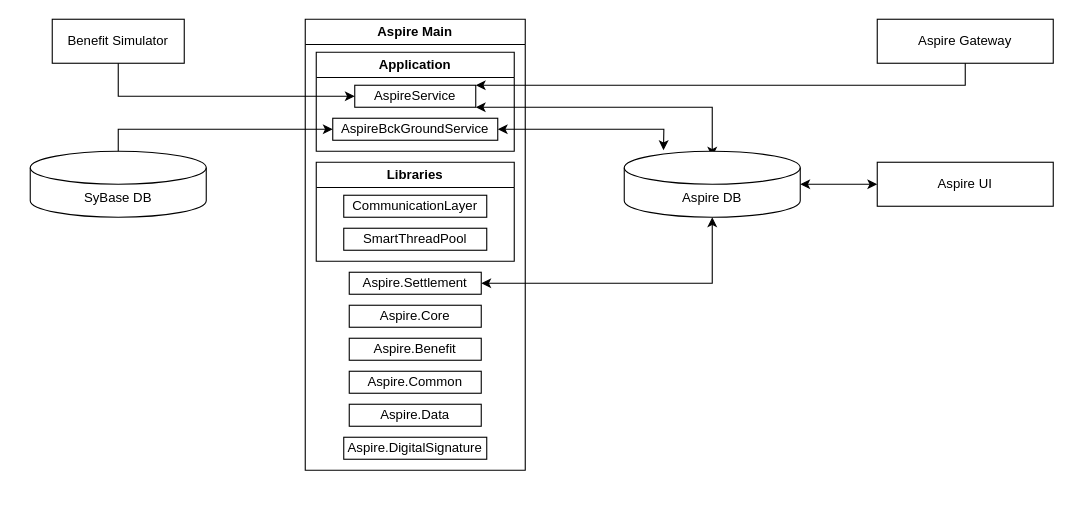
Earlier version of the draw.io diagram page "Aspire" (1 of 4) of AspireMain.drawio (zakk616/avanza-UMLs). Source tidied: cells renumbered, new cells numbered last; positions are measured from the earlier drawing's top-left corner, leaving out a move shared by most shapes. Both pictures are drawn from the tidied source at 110%, with x=0, y=0 at pixel (30, 19).
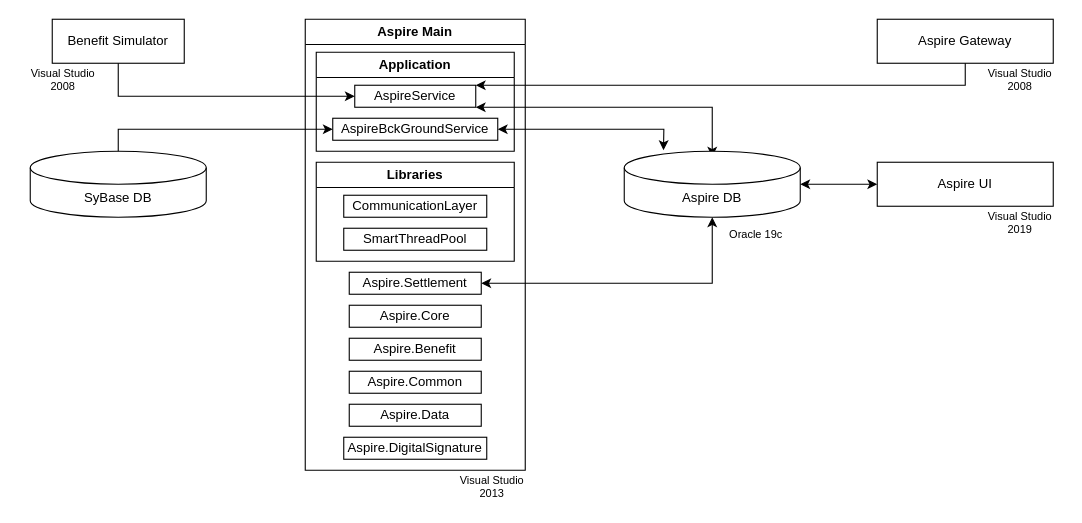
After the change.

What changed in the source:
```diff
@@
+    <mxCell id="27" value="Visual Studio 2008" style="text;html=1;strokeColor=none;fillColor=none;align=center;verticalAlign=middle;whiteSpace=wrap;rounded=0;fontSize=10;" parent="1" vertex="1">
+      <mxGeometry x="860" y="40" width="80" height="30" as="geometry" />
+    </mxCell>
+    <mxCell id="28" value="Visual Studio 2019" style="text;html=1;strokeColor=none;fillColor=none;align=center;verticalAlign=middle;whiteSpace=wrap;rounded=0;fontSize=10;" parent="1" vertex="1">
+      <mxGeometry x="860" y="170" width="80" height="30" as="geometry" />
+    </mxCell>
+    <mxCell id="29" value="Visual Studio 2013" style="text;html=1;strokeColor=none;fillColor=none;align=center;verticalAlign=middle;whiteSpace=wrap;rounded=0;fontSize=10;" parent="1" vertex="1">
+      <mxGeometry x="380" y="410" width="80" height="30" as="geometry" />
+    </mxCell>
+    <mxCell id="30" value="Visual Studio 2008" style="text;html=1;strokeColor=none;fillColor=none;align=center;verticalAlign=middle;whiteSpace=wrap;rounded=0;fontSize=10;" parent="1" vertex="1">
+      <mxGeometry x="-10" y="40" width="80" height="30" as="geometry" />
+    </mxCell>
+    <mxCell id="31" value="Oracle 19c" style="text;html=1;strokeColor=none;fillColor=none;align=center;verticalAlign=middle;whiteSpace=wrap;rounded=0;fontSize=10;" parent="1" vertex="1">
+      <mxGeometry x="620" y="180" width="80" height="30" as="geometry" />
+    </mxCell>
```
